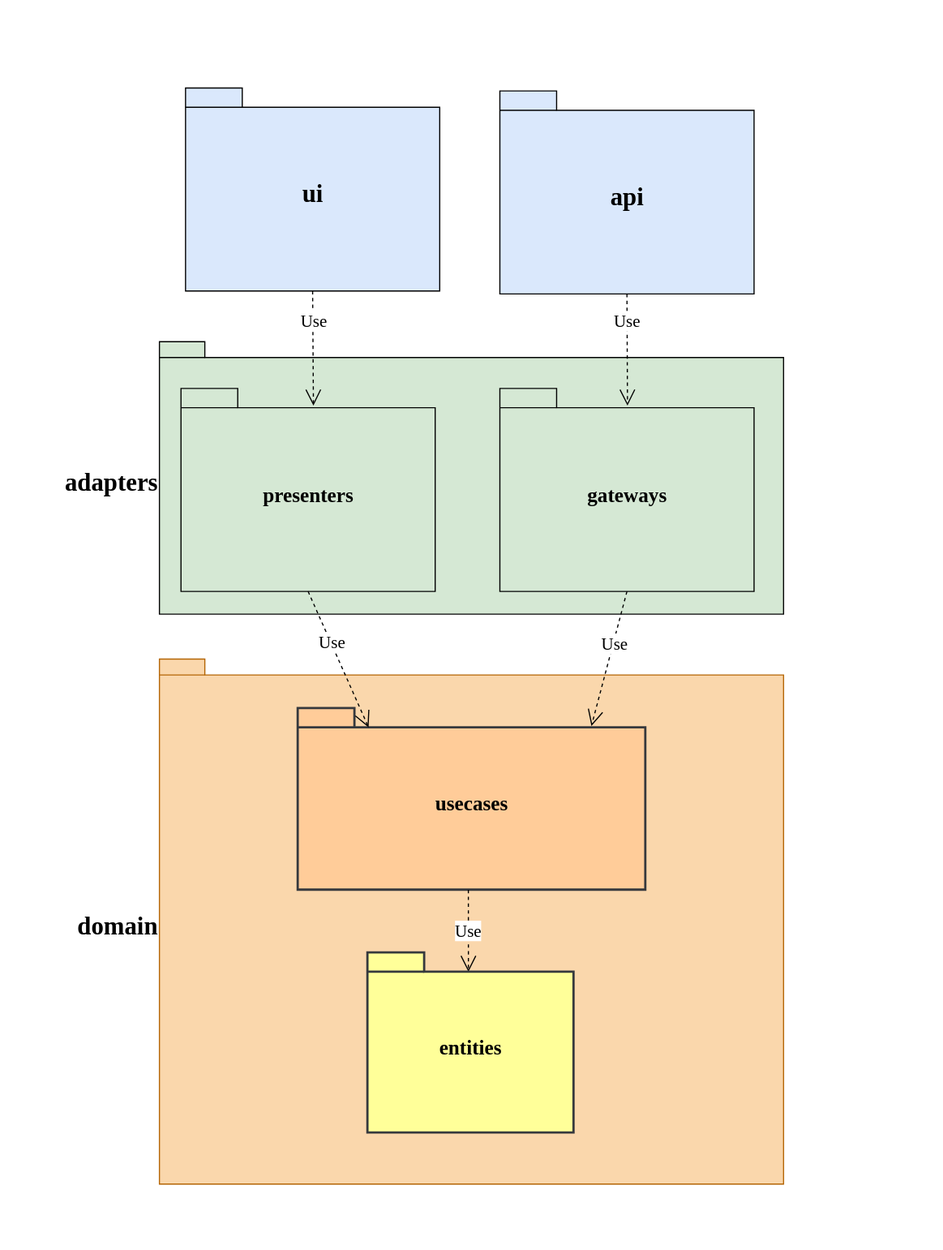
Above: app/diagrams/packages.uml.svg in softspiders/clean-architecture-counter-starters (draw.io), before the change. Source tidied: cells renumbered, new cells last; positions are measured from the earlier drawing's top-left corner, leaving out a move shared by most shapes.
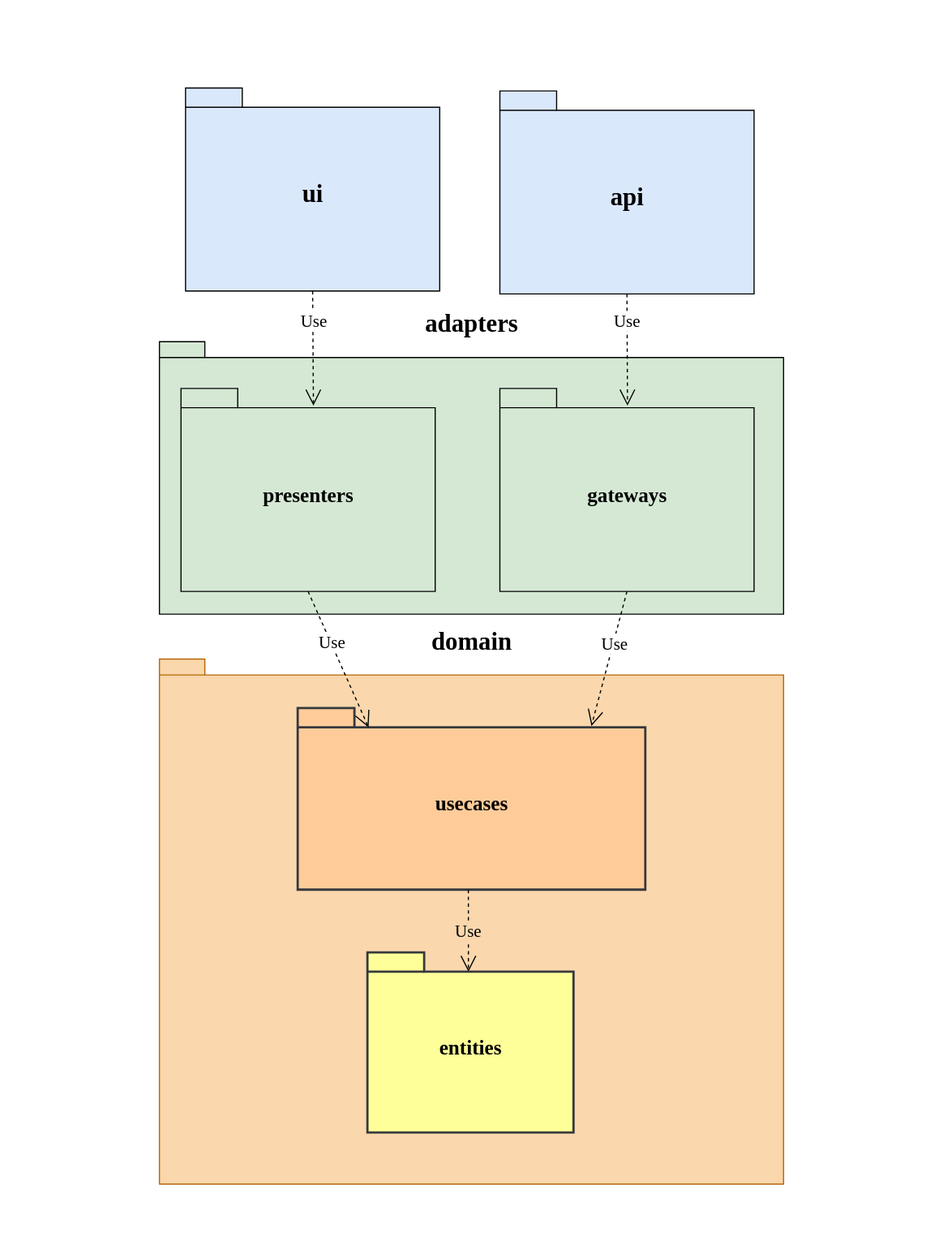
After the change.

What changed in the source:
```diff
@@ -5,16 +5,16 @@
     <mxCell id="2" style="rounded=0;whiteSpace=wrap;html=1;fillColor=none;strokeColor=none;" parent="1" vertex="1">
       <mxGeometry width="830" height="1100" as="geometry" />
     </mxCell>
-    <mxCell id="3" style="group;strokeColor=none;fillColor=#ffffff;" parent="1" vertex="1">
+    <mxCell id="3" style="group;strokeColor=none;fillColor=#ffffff;labelPosition=center;verticalLabelPosition=top;align=center;verticalAlign=bottom;" parent="1" vertex="1">
       <mxGeometry x="140" y="580" width="550" height="462.5" as="geometry" />
     </mxCell>
-    <mxCell id="4" value="&lt;font style=&quot;font-size: 22px&quot;&gt;domain&lt;/font&gt;" style="shape=folder;fontStyle=1;spacingTop=10;tabWidth=40;tabHeight=14;tabPosition=left;html=1;fontSize=15;labelPosition=left;verticalLabelPosition=middle;align=right;verticalAlign=middle;fontFamily=Verdana;fillColor=#fad7ac;strokeColor=#b46504;" parent="3" vertex="1">
+    <mxCell id="4" value="&lt;font style=&quot;font-size: 22px&quot;&gt;domain&lt;/font&gt;" style="shape=folder;fontStyle=1;spacingTop=10;tabWidth=40;tabHeight=14;tabPosition=left;html=1;fontSize=15;labelPosition=center;verticalLabelPosition=top;align=center;verticalAlign=bottom;fontFamily=Verdana;fillColor=#fad7ac;strokeColor=#b46504;" parent="3" vertex="1">
       <mxGeometry width="550" height="462.5" as="geometry" />
     </mxCell>
     <mxCell id="5" value="&lt;font style=&quot;font-size: 18px&quot;&gt;usecases&lt;/font&gt;" style="shape=folder;fontStyle=1;spacingTop=10;tabWidth=50;tabHeight=17;tabPosition=left;html=1;rounded=0;shadow=0;comic=0;labelBackgroundColor=none;strokeWidth=2;fontFamily=Verdana;fontSize=12;align=center;labelPosition=center;verticalLabelPosition=middle;verticalAlign=middle;fillColor=#ffcc99;strokeColor=#36393d;" parent="3" vertex="1">
       <mxGeometry x="121.8" y="43.1" width="306.3" height="160" as="geometry" />
     </mxCell>
-    <mxCell id="6" value="Use" style="endArrow=open;endSize=12;dashed=1;html=1;fontFamily=Verdana;fontSize=15;entryX=0.49;entryY=0.108;entryDx=0;entryDy=0;entryPerimeter=0;exitX=0.491;exitY=1.001;exitDx=0;exitDy=0;exitPerimeter=0;" parent="3" edge="1" source="5" target="8">
+    <mxCell id="6" value="Use" style="endArrow=open;endSize=12;dashed=1;html=1;fontFamily=Verdana;fontSize=15;entryX=0.49;entryY=0.108;entryDx=0;entryDy=0;entryPerimeter=0;exitX=0.491;exitY=1.001;exitDx=0;exitDy=0;exitPerimeter=0;labelBackgroundColor=#FAD7AC;" parent="3" edge="1" source="5" target="8">
       <mxGeometry relative="1" as="geometry" />
     </mxCell>
     <mxCell id="7" style="group;fontSize=13;labelPosition=center;verticalLabelPosition=middle;align=center;verticalAlign=middle;fillColor=none;strokeColor=none;strokeWidth=2;" parent="3" vertex="1">
@@ -23,7 +23,7 @@
     <mxCell id="8" value="&lt;font style=&quot;font-size: 18px&quot;&gt;entities&lt;/font&gt;" style="shape=folder;fontStyle=1;spacingTop=10;tabWidth=50;tabHeight=17;tabPosition=left;html=1;rounded=0;shadow=0;comic=0;labelBackgroundColor=none;strokeWidth=2;fontFamily=Verdana;fontSize=10;align=center;labelPosition=center;verticalLabelPosition=middle;verticalAlign=middle;fillColor=#FFFF99;strokeColor=#36393d;" parent="7" vertex="1">
       <mxGeometry x="53.8" y="11.7" width="181.6" height="158.7" as="geometry" />
     </mxCell>
-    <mxCell id="9" value="&lt;font style=&quot;font-size: 22px&quot;&gt;adapters&lt;/font&gt;" style="shape=folder;fontStyle=1;spacingTop=10;tabWidth=40;tabHeight=14;tabPosition=left;html=1;fontSize=15;labelPosition=left;verticalLabelPosition=middle;align=right;verticalAlign=middle;fontFamily=Verdana;fillColor=#d5e8d4;strokeColor=#000000;" parent="1" vertex="1">
+    <mxCell id="9" value="&lt;font style=&quot;font-size: 22px&quot;&gt;adapters&lt;/font&gt;" style="shape=folder;fontStyle=1;spacingTop=10;tabWidth=40;tabHeight=14;tabPosition=left;html=1;fontSize=15;labelPosition=center;verticalLabelPosition=top;align=center;verticalAlign=bottom;fontFamily=Verdana;fillColor=#d5e8d4;strokeColor=#000000;" parent="1" vertex="1">
       <mxGeometry x="140" y="300.4" width="550" height="240" as="geometry" />
     </mxCell>
     <mxCell id="10" value="&lt;font style=&quot;font-size: 18px&quot;&gt;presenters&lt;/font&gt;" style="shape=folder;fontStyle=1;spacingTop=10;tabWidth=50;tabHeight=17;tabPosition=left;html=1;rounded=0;shadow=0;comic=0;labelBackgroundColor=none;strokeWidth=1;fontFamily=Verdana;fontSize=10;align=center;labelPosition=center;verticalLabelPosition=middle;verticalAlign=middle;fillColor=#d5e8d4;strokeColor=#000000;" parent="1" vertex="1">
```
